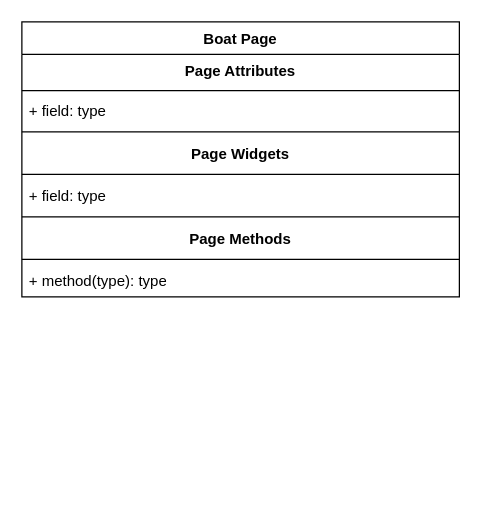
This is Diagrams/Boat_page.drawio from vandorena/NEA, a draw.io file, before an edit. Source tidied: cells renumbered, new cells numbered last; positions are measured from the earlier drawing's top-left corner, leaving out a move shared by most shapes. Both pictures are drawn from the tidied source at 125%, with x=0, y=0 at pixel (21, 21).
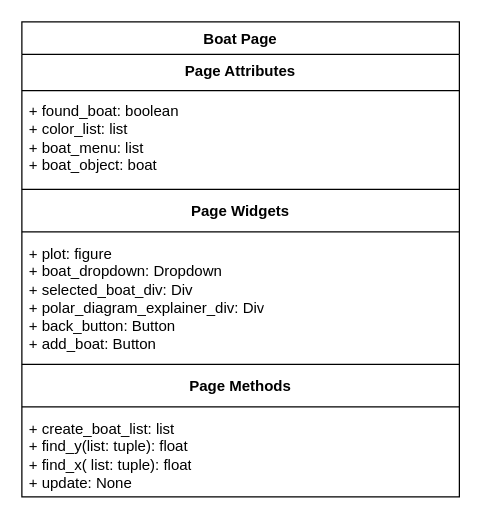
The same diagram, later.

Diff of the diagram source:
```diff
@@
 <mxGraphModel>
   <root>
     <mxCell id="0" />
     <mxCell id="1" parent="0" />
     <mxCell id="2" value="Boat Page" style="swimlane;fontStyle=1;align=center;verticalAlign=top;horizontal=1;startSize=26;whiteSpace=wrap;html=1;" parent="1" vertex="1">
-      <mxGeometry width="350" height="220" as="geometry" />
+      <mxGeometry width="350" height="380" as="geometry" />
     </mxCell>
     <mxCell id="3" value="&lt;span style=&quot;font-weight: 700;&quot;&gt;Page Attributes&lt;/span&gt;" style="text;strokeColor=none;fillColor=none;align=center;verticalAlign=top;spacingLeft=4;spacingRight=4;overflow=hidden;whiteSpace=wrap;html=1;" parent="2" vertex="1">
       <mxGeometry y="26" width="350" height="26" as="geometry" />
     </mxCell>
     <mxCell id="4" style="line;strokeWidth=1;fillColor=none;align=left;verticalAlign=middle;spacingTop=-1;spacingLeft=3;spacingRight=3;labelPosition=right;strokeColor=inherit;" parent="2" vertex="1">
       <mxGeometry y="52" width="350" height="6" as="geometry" />
     </mxCell>
-    <mxCell id="5" value="+ field: type" style="text;strokeColor=none;fillColor=none;align=left;verticalAlign=top;spacingLeft=4;spacingRight=4;overflow=hidden;whiteSpace=wrap;html=1;" parent="2" vertex="1">
-      <mxGeometry y="58" width="350" height="26" as="geometry" />
+    <mxCell id="5" value="+ found_boat: boolean&lt;div&gt;+ color_list: list&lt;/div&gt;&lt;div&gt;+ boat_menu: list&lt;/div&gt;&lt;div&gt;+ boat_object: boat&lt;/div&gt;" style="text;strokeColor=none;fillColor=none;align=left;verticalAlign=top;spacingLeft=4;spacingRight=4;overflow=hidden;whiteSpace=wrap;html=1;" parent="2" vertex="1">
+      <mxGeometry y="58" width="350" height="72" as="geometry" />
     </mxCell>
     <mxCell id="6" style="line;strokeWidth=1;fillColor=none;align=left;verticalAlign=middle;spacingTop=-1;spacingLeft=3;spacingRight=3;labelPosition=right;strokeColor=inherit;" parent="2" vertex="1">
-      <mxGeometry y="84" width="350" height="8" as="geometry" />
+      <mxGeometry y="130" width="350" height="8" as="geometry" />
     </mxCell>
     <mxCell id="7" value="&lt;span style=&quot;font-weight: 700;&quot;&gt;Page Widgets&lt;/span&gt;" style="text;strokeColor=none;fillColor=none;align=center;verticalAlign=top;spacingLeft=4;spacingRight=4;overflow=hidden;whiteSpace=wrap;html=1;" parent="2" vertex="1">
-      <mxGeometry y="92" width="350" height="26" as="geometry" />
+      <mxGeometry y="138" width="350" height="26" as="geometry" />
     </mxCell>
     <mxCell id="8" style="line;strokeWidth=1;fillColor=none;align=left;verticalAlign=middle;spacingTop=-1;spacingLeft=3;spacingRight=3;labelPosition=right;strokeColor=inherit;" parent="2" vertex="1">
-      <mxGeometry y="118" width="350" height="8" as="geometry" />
+      <mxGeometry y="164" width="350" height="8" as="geometry" />
     </mxCell>
-    <mxCell id="9" value="+ field: type" style="text;strokeColor=none;fillColor=none;align=left;verticalAlign=top;spacingLeft=4;spacingRight=4;overflow=hidden;whiteSpace=wrap;html=1;" parent="2" vertex="1">
-      <mxGeometry y="126" width="350" height="26" as="geometry" />
+    <mxCell id="9" value="+ plot: figure&lt;div&gt;+ boat_dropdown: Dropdown&lt;/div&gt;&lt;div&gt;+ selected_boat_div: Div&lt;/div&gt;&lt;div&gt;+ polar_diagram_explainer_div: Div&lt;/div&gt;&lt;div&gt;+ back_button: Button&lt;br&gt;+ add_boat: Button&lt;/div&gt;&lt;div&gt;&lt;br&gt;&lt;/div&gt;" style="text;strokeColor=none;fillColor=none;align=left;verticalAlign=top;spacingLeft=4;spacingRight=4;overflow=hidden;whiteSpace=wrap;html=1;" parent="2" vertex="1">
+      <mxGeometry y="172" width="350" height="98" as="geometry" />
     </mxCell>
     <mxCell id="10" style="line;strokeWidth=1;fillColor=none;align=left;verticalAlign=middle;spacingTop=-1;spacingLeft=3;spacingRight=3;labelPosition=right;strokeColor=inherit;" parent="2" vertex="1">
-      <mxGeometry y="152" width="350" height="8" as="geometry" />
+      <mxGeometry y="270" width="350" height="8" as="geometry" />
     </mxCell>
     <mxCell id="11" value="&lt;span style=&quot;font-weight: 700;&quot;&gt;Page Methods&lt;/span&gt;" style="text;strokeColor=none;fillColor=none;align=center;verticalAlign=top;spacingLeft=4;spacingRight=4;overflow=hidden;whiteSpace=wrap;html=1;" parent="2" vertex="1">
-      <mxGeometry y="160" width="350" height="26" as="geometry" />
+      <mxGeometry y="278" width="350" height="26" as="geometry" />
     </mxCell>
     <mxCell id="12" style="line;strokeWidth=1;fillColor=none;align=left;verticalAlign=middle;spacingTop=-1;spacingLeft=3;spacingRight=3;labelPosition=right;strokeColor=inherit;" parent="2" vertex="1">
-      <mxGeometry y="186" width="350" height="8" as="geometry" />
+      <mxGeometry y="304" width="350" height="8" as="geometry" />
     </mxCell>
-    <mxCell id="13" value="+ method(type): type" style="text;strokeColor=none;fillColor=none;align=left;verticalAlign=top;spacingLeft=4;spacingRight=4;overflow=hidden;whiteSpace=wrap;html=1;" parent="2" vertex="1">
-      <mxGeometry y="194" width="350" height="26" as="geometry" />
+    <mxCell id="13" value="+ create_boat_list: list&lt;div&gt;+ find_y(list: tuple): float&lt;br&gt;+ find_x( list: tuple): float&lt;/div&gt;&lt;div&gt;+ update: None&lt;/div&gt;&lt;div&gt;&lt;br&gt;&lt;div&gt;&lt;br&gt;&lt;/div&gt;&lt;/div&gt;" style="text;strokeColor=none;fillColor=none;align=left;verticalAlign=top;spacingLeft=4;spacingRight=4;overflow=hidden;whiteSpace=wrap;html=1;" parent="2" vertex="1">
+      <mxGeometry y="312" width="350" height="68" as="geometry" />
     </mxCell>
   </root>
 </mxGraphModel>
```
